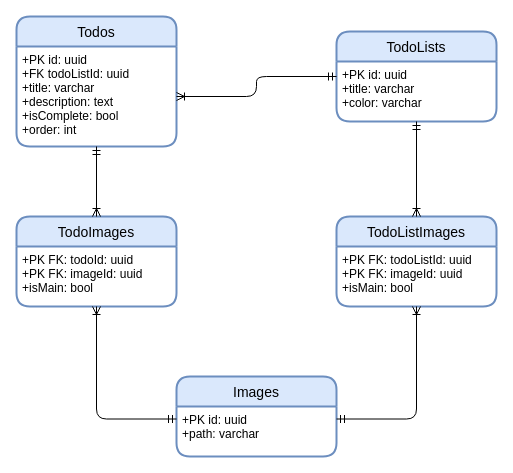
This is todo-app-diagram.drawio from rubenfgr/todo-nestjs-angular, a draw.io file, before an edit. Source tidied: cells renumbered, new cells numbered last; positions are measured from the earlier drawing's top-left corner, leaving out a move shared by most shapes. Both pictures are drawn from the tidied source at 100%, with x=0, y=0 at pixel (16, 16).
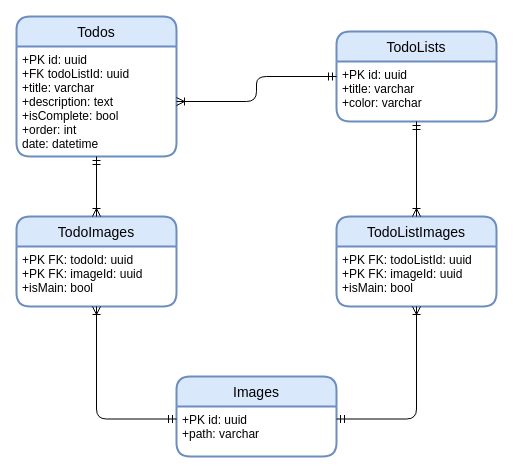
The same diagram, later.

Change to the diagram source:
```diff
@@
 <mxGraphModel>
   <root>
     <mxCell id="0" />
     <mxCell id="1" parent="0" />
     <mxCell id="2" value="Todos" style="swimlane;horizontal=1;startSize=30;rounded=1;fontSize=14;fontStyle=0;strokeWidth=2;shadow=0;dashed=0;align=center;fillColor=#dae8fc;strokeColor=#6c8ebf;" parent="1" vertex="1">
-      <mxGeometry width="160" height="130" as="geometry" />
+      <mxGeometry width="160" height="140" as="geometry" />
     </mxCell>
-    <mxCell id="3" value="+PK id: uuid&#10;+FK todoListId: uuid&#10;+title: varchar&#10;+description: text&#10;+isComplete: bool&#10;+order: int" style="align=left;strokeColor=none;fillColor=none;spacingLeft=4;fontSize=12;verticalAlign=top;labelBackgroundColor=none;" parent="2" vertex="1">
-      <mxGeometry y="30" width="160" height="100" as="geometry" />
+    <mxCell id="3" value="+PK id: uuid&#10;+FK todoListId: uuid&#10;+title: varchar&#10;+description: text&#10;+isComplete: bool&#10;+order: int&#10;date: datetime" style="align=left;strokeColor=none;fillColor=none;spacingLeft=4;fontSize=12;verticalAlign=top;labelBackgroundColor=none;" parent="2" vertex="1">
+      <mxGeometry y="30" width="160" height="110" as="geometry" />
     </mxCell>
     <mxCell id="4" value="TodoLists" style="swimlane;horizontal=1;startSize=30;rounded=1;fontSize=14;fontStyle=0;strokeWidth=2;shadow=0;dashed=0;align=center;fillColor=#dae8fc;strokeColor=#6c8ebf;" parent="1" vertex="1">
       <mxGeometry x="320" y="15" width="160" height="90" as="geometry" />
     </mxCell>
     <mxCell id="5" value="+PK id: uuid&#10;+title: varchar&#10;+color: varchar" style="align=left;strokeColor=none;fillColor=none;spacingLeft=4;fontSize=12;verticalAlign=top;labelBackgroundColor=none;" parent="4" vertex="1">
       <mxGeometry y="30" width="160" height="60" as="geometry" />
     </mxCell>
     <mxCell id="6" value="Images" style="swimlane;horizontal=1;startSize=30;rounded=1;fontSize=14;fontStyle=0;strokeWidth=2;shadow=0;dashed=0;align=center;fillColor=#dae8fc;strokeColor=#6c8ebf;" parent="1" vertex="1">
       <mxGeometry x="160" y="360" width="160" height="80" as="geometry" />
     </mxCell>
     <mxCell id="7" value="+PK id: uuid&#10;+path: varchar" style="align=left;strokeColor=none;fillColor=none;spacingLeft=4;fontSize=12;verticalAlign=top;labelBackgroundColor=none;" parent="6" vertex="1">
       <mxGeometry y="30" width="160" height="50" as="geometry" />
     </mxCell>
     <mxCell id="8" value="TodoImages" style="swimlane;horizontal=1;startSize=30;rounded=1;fontSize=14;fontStyle=0;strokeWidth=2;shadow=0;dashed=0;align=center;fillColor=#dae8fc;strokeColor=#6c8ebf;" parent="1" vertex="1">
       <mxGeometry y="200" width="160" height="90" as="geometry" />
     </mxCell>
     <mxCell id="9" value="+PK FK: todoId: uuid&#10;+PK FK: imageId: uuid&#10;+isMain: bool" style="align=left;strokeColor=none;fillColor=none;spacingLeft=4;fontSize=12;verticalAlign=top;labelBackgroundColor=none;" parent="8" vertex="1">
       <mxGeometry y="30" width="160" height="60" as="geometry" />
     </mxCell>
     <mxCell id="10" value="TodoListImages" style="swimlane;horizontal=1;startSize=30;rounded=1;fontSize=14;fontStyle=0;strokeWidth=2;shadow=0;dashed=0;align=center;fillColor=#dae8fc;strokeColor=#6c8ebf;fillOpacity=100;" parent="1" vertex="1">
       <mxGeometry x="320" y="200" width="160" height="90" as="geometry" />
     </mxCell>
     <mxCell id="11" value="+PK FK: todoListId: uuid&#10;+PK FK: imageId: uuid&#10;+isMain: bool" style="align=left;strokeColor=none;fillColor=none;spacingLeft=4;fontSize=12;verticalAlign=top;labelBackgroundColor=none;" parent="10" vertex="1">
       <mxGeometry y="30" width="160" height="60" as="geometry" />
     </mxCell>
     <mxCell id="12" style="edgeStyle=orthogonalEdgeStyle;html=1;entryX=0;entryY=0.25;entryDx=0;entryDy=0;endArrow=ERmandOne;endFill=0;startArrow=ERoneToMany;startFill=0;" parent="1" edge="1" source="3" target="5">
       <mxGeometry relative="1" as="geometry" />
     </mxCell>
     <mxCell id="13" style="edgeStyle=orthogonalEdgeStyle;html=1;startArrow=ERmandOne;startFill=0;endArrow=ERoneToMany;endFill=0;" parent="1" edge="1" source="3" target="8">
       <mxGeometry relative="1" as="geometry" />
     </mxCell>
     <mxCell id="14" style="edgeStyle=orthogonalEdgeStyle;html=1;entryX=0.5;entryY=1;entryDx=0;entryDy=0;startArrow=ERmandOne;startFill=0;endArrow=ERoneToMany;endFill=0;exitX=0;exitY=0.25;exitDx=0;exitDy=0;" parent="1" edge="1" source="7" target="9">
       <mxGeometry relative="1" as="geometry" />
     </mxCell>
     <mxCell id="15" style="edgeStyle=orthogonalEdgeStyle;html=1;entryX=0.5;entryY=1;entryDx=0;entryDy=0;startArrow=ERmandOne;startFill=0;endArrow=ERoneToMany;endFill=0;exitX=1;exitY=0.25;exitDx=0;exitDy=0;" parent="1" edge="1" source="7" target="11">
       <mxGeometry relative="1" as="geometry" />
     </mxCell>
     <mxCell id="16" style="edgeStyle=orthogonalEdgeStyle;html=1;entryX=0.5;entryY=0;entryDx=0;entryDy=0;startArrow=ERmandOne;startFill=0;endArrow=ERoneToMany;endFill=0;" parent="1" edge="1" source="5" target="10">
       <mxGeometry relative="1" as="geometry" />
     </mxCell>
   </root>
 </mxGraphModel>
```
